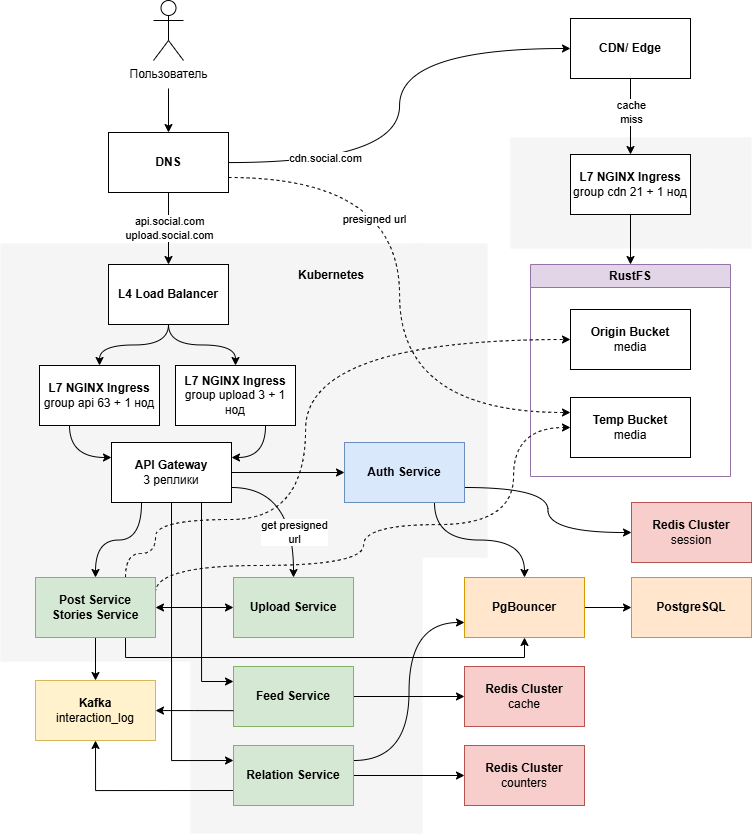
Earlier version of the draw.io export схема проекта.drawio.png (kozlova-anastasia/high-load). Source tidied: cells renumbered, new cells last; positions are measured from the earlier drawing's top-left corner, leaving out a move shared by most shapes.
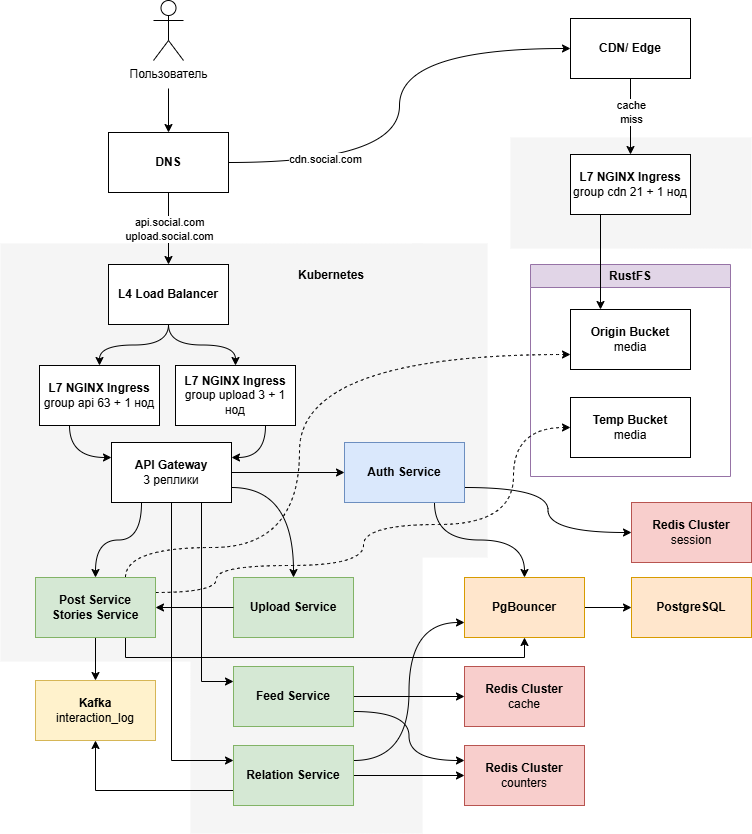
After the commit.

What changed in the source:
```diff
@@ -38,14 +38,6 @@
         <mxPoint x="-71" y="38" as="offset" />
       </mxGeometry>
     </mxCell>
-    <mxCell id="12" style="edgeStyle=orthogonalEdgeStyle;rounded=0;jettySize=auto;html=1;exitX=1;exitY=0.75;exitDx=0;exitDy=0;entryX=0;entryY=0.25;entryDx=0;entryDy=0;curved=1;dashed=1;" parent="1" edge="1" source="14" target="34">
-      <mxGeometry relative="1" as="geometry" />
-    </mxCell>
-    <mxCell id="13" value="presigned url" style="edgeLabel;html=1;align=center;verticalAlign=middle;" parent="12" vertex="1">
-      <mxGeometry x="-0.55" y="-30" relative="1" as="geometry">
-        <mxPoint x="15" y="11" as="offset" />
-      </mxGeometry>
-    </mxCell>
     <mxCell id="14" value="&lt;b&gt;DNS&lt;/b&gt;" style="rounded=0;whiteSpace=wrap;html=1;" parent="1" vertex="1">
       <mxGeometry x="108" y="132" width="120" height="60" as="geometry" />
     </mxCell>
@@ -84,11 +76,6 @@
     <mxCell id="25" style="edgeStyle=orthogonalEdgeStyle;rounded=0;jettySize=auto;html=1;entryX=0.5;entryY=0;entryDx=0;entryDy=0;curved=1;exitX=1;exitY=0.75;exitDx=0;exitDy=0;" parent="1" edge="1" source="31" target="35">
       <mxGeometry relative="1" as="geometry" />
     </mxCell>
-    <mxCell id="26" value="get presigned&lt;div&gt;url&lt;/div&gt;" style="edgeLabel;html=1;align=center;verticalAlign=middle;" parent="25" vertex="1">
-      <mxGeometry x="0.4" y="-8" relative="1" as="geometry">
-        <mxPoint x="8" as="offset" />
-      </mxGeometry>
-    </mxCell>
     <mxCell id="27" style="edgeStyle=orthogonalEdgeStyle;rounded=0;jettySize=auto;html=1;entryX=0;entryY=0.5;entryDx=0;entryDy=0;curved=1;" parent="1" edge="1" source="31" target="44">
       <mxGeometry relative="1" as="geometry" />
     </mxCell>
@@ -116,24 +103,14 @@
     <mxCell id="35" value="&lt;b&gt;Upload Service&lt;/b&gt;" style="rounded=0;whiteSpace=wrap;html=1;fillColor=#d5e8d4;strokeColor=#82b366;" parent="1" vertex="1">
       <mxGeometry x="233" y="577" width="120" height="60" as="geometry" />
     </mxCell>
-    <mxCell id="36" style="edgeStyle=orthogonalEdgeStyle;rounded=0;jettySize=auto;html=1;entryX=0;entryY=0.5;entryDx=0;entryDy=0;startArrow=classic;startFill=1;" parent="1" edge="1" source="41" target="35">
+    <mxCell id="36" style="edgeStyle=orthogonalEdgeStyle;rounded=0;jettySize=auto;html=1;entryX=0;entryY=0.5;entryDx=0;entryDy=0;startArrow=classic;startFill=1;endArrow=none;endFill=0;" parent="1" edge="1" source="41" target="35">
       <mxGeometry relative="1" as="geometry" />
     </mxCell>
-    <mxCell id="37" style="edgeStyle=orthogonalEdgeStyle;rounded=0;jettySize=auto;html=1;entryX=0;entryY=0.5;entryDx=0;entryDy=0;exitX=0.75;exitY=0;exitDx=0;exitDy=0;curved=1;dashed=1;" parent="1" edge="1" source="41" target="33">
-      <mxGeometry relative="1" as="geometry">
-        <Array as="points">
-          <mxPoint x="125" y="553" />
-          <mxPoint x="155" y="553" />
-          <mxPoint x="155" y="519" />
-          <mxPoint x="305" y="519" />
-          <mxPoint x="305" y="339" />
-        </Array>
-      </mxGeometry>
-    </mxCell>
     <mxCell id="38" style="edgeStyle=orthogonalEdgeStyle;rounded=0;jettySize=auto;html=1;entryX=0;entryY=0.5;entryDx=0;entryDy=0;curved=1;exitX=1;exitY=0.25;exitDx=0;exitDy=0;dashed=1;" parent="1" edge="1" source="41" target="34">
       <mxGeometry relative="1" as="geometry">
         <Array as="points">
-          <mxPoint x="155" y="565" />
+          <mxPoint x="216" y="592" />
+          <mxPoint x="216" y="565" />
           <mxPoint x="363" y="565" />
           <mxPoint x="363" y="524" />
           <mxPoint x="513" y="524" />
@@ -147,6 +124,15 @@
     <mxCell id="40" style="edgeStyle=orthogonalEdgeStyle;rounded=0;jettySize=auto;html=1;entryX=0.5;entryY=0;entryDx=0;entryDy=0;" parent="1" edge="1" source="41" target="57">
       <mxGeometry relative="1" as="geometry" />
     </mxCell>
+    <mxCell id="37" style="edgeStyle=orthogonalEdgeStyle;rounded=0;jettySize=auto;html=1;entryX=0;entryY=0.75;entryDx=0;entryDy=0;exitX=0.75;exitY=0;exitDx=0;exitDy=0;curved=1;dashed=1;" parent="1" edge="1" source="41" target="33">
+      <mxGeometry relative="1" as="geometry">
+        <Array as="points">
+          <mxPoint x="125" y="547" />
+          <mxPoint x="299" y="547" />
+          <mxPoint x="299" y="354" />
+        </Array>
+      </mxGeometry>
+    </mxCell>
     <mxCell id="41" value="&lt;b&gt;Post Service&lt;/b&gt;&lt;div&gt;&lt;b&gt;Stories Service&lt;/b&gt;&lt;/div&gt;" style="rounded=0;whiteSpace=wrap;html=1;fillColor=#d5e8d4;strokeColor=#82b366;" parent="1" vertex="1">
       <mxGeometry x="35" y="577" width="120" height="60" as="geometry" />
     </mxCell>
@@ -168,9 +154,12 @@
     <mxCell id="47" value="&lt;b&gt;PostgreSQL&lt;/b&gt;" style="rounded=0;whiteSpace=wrap;html=1;fillColor=#ffe6cc;strokeColor=#d79b00;" parent="1" vertex="1">
       <mxGeometry x="631" y="577" width="120" height="60" as="geometry" />
     </mxCell>
-    <mxCell id="48" style="edgeStyle=orthogonalEdgeStyle;rounded=0;jettySize=auto;html=1;entryX=0;entryY=0.5;entryDx=0;entryDy=0;" parent="1" edge="1" source="49" target="50">
+    <mxCell id="48" style="edgeStyle=orthogonalEdgeStyle;rounded=0;jettySize=auto;html=1;entryX=0;entryY=0.5;entryDx=0;entryDy=0;exitX=1;exitY=0.5;exitDx=0;exitDy=0;curved=1;" parent="1" edge="1" source="49" target="50">
       <mxGeometry relative="1" as="geometry" />
     </mxCell>
+    <mxCell id="62" style="edgeStyle=orthogonalEdgeStyle;rounded=0;jettySize=auto;html=1;entryX=0;entryY=0.25;entryDx=0;entryDy=0;curved=1;exitX=1;exitY=0.75;exitDx=0;exitDy=0;" parent="1" edge="1" source="49" target="51">
+      <mxGeometry relative="1" as="geometry" />
+    </mxCell>
     <mxCell id="49" value="&lt;b&gt;Feed Service&lt;/b&gt;" style="rounded=0;whiteSpace=wrap;html=1;fillColor=#d5e8d4;strokeColor=#82b366;" parent="1" vertex="1">
       <mxGeometry x="233" y="666" width="120" height="60" as="geometry" />
     </mxCell>
@@ -192,9 +181,6 @@
     <mxCell id="55" value="&lt;b&gt;Relation Service&lt;/b&gt;" style="rounded=0;whiteSpace=wrap;html=1;fillColor=#d5e8d4;strokeColor=#82b366;" parent="1" vertex="1">
       <mxGeometry x="233" y="745" width="120" height="60" as="geometry" />
     </mxCell>
-    <mxCell id="56" style="edgeStyle=orthogonalEdgeStyle;rounded=0;jettySize=auto;html=1;entryX=-0.001;entryY=0.736;entryDx=0;entryDy=0;entryPerimeter=0;startArrow=classic;startFill=1;endArrow=none;endFill=0;" parent="1" edge="1" source="57" target="49">
-      <mxGeometry relative="1" as="geometry" />
-    </mxCell>
     <mxCell id="57" value="&lt;b&gt;Kafka&lt;/b&gt;&lt;br&gt;&lt;div&gt;interaction_log&lt;/div&gt;" style="rounded=0;whiteSpace=wrap;html=1;fillColor=#fff2cc;strokeColor=#d6b656;" parent="1" vertex="1">
       <mxGeometry x="35" y="680" width="120" height="60" as="geometry" />
     </mxCell>
@@ -204,7 +190,7 @@
     <mxCell id="59" value="&lt;b&gt;Kubernetes&lt;/b&gt;" style="text;html=1;whiteSpace=wrap;strokeColor=none;fillColor=none;align=center;verticalAlign=middle;rounded=0;" parent="1" vertex="1">
       <mxGeometry x="301" y="260" width="60" height="30" as="geometry" />
     </mxCell>
-    <mxCell id="60" style="edgeStyle=orthogonalEdgeStyle;rounded=0;jettySize=auto;html=1;entryX=0.5;entryY=0;entryDx=0;entryDy=0;" parent="1" edge="1" source="61" target="32">
+    <mxCell id="60" style="edgeStyle=orthogonalEdgeStyle;rounded=0;jettySize=auto;html=1;entryX=0.25;entryY=0;entryDx=0;entryDy=0;exitX=0.25;exitY=1;exitDx=0;exitDy=0;" parent="1" edge="1" source="61" target="33">
       <mxGeometry relative="1" as="geometry" />
     </mxCell>
     <mxCell id="61" value="&lt;b&gt;L7 NGINX Ingress&lt;/b&gt;&lt;div&gt;group cdn 21 + 1 нод&lt;/div&gt;" style="rounded=0;whiteSpace=wrap;html=1;" parent="1" vertex="1">
```
